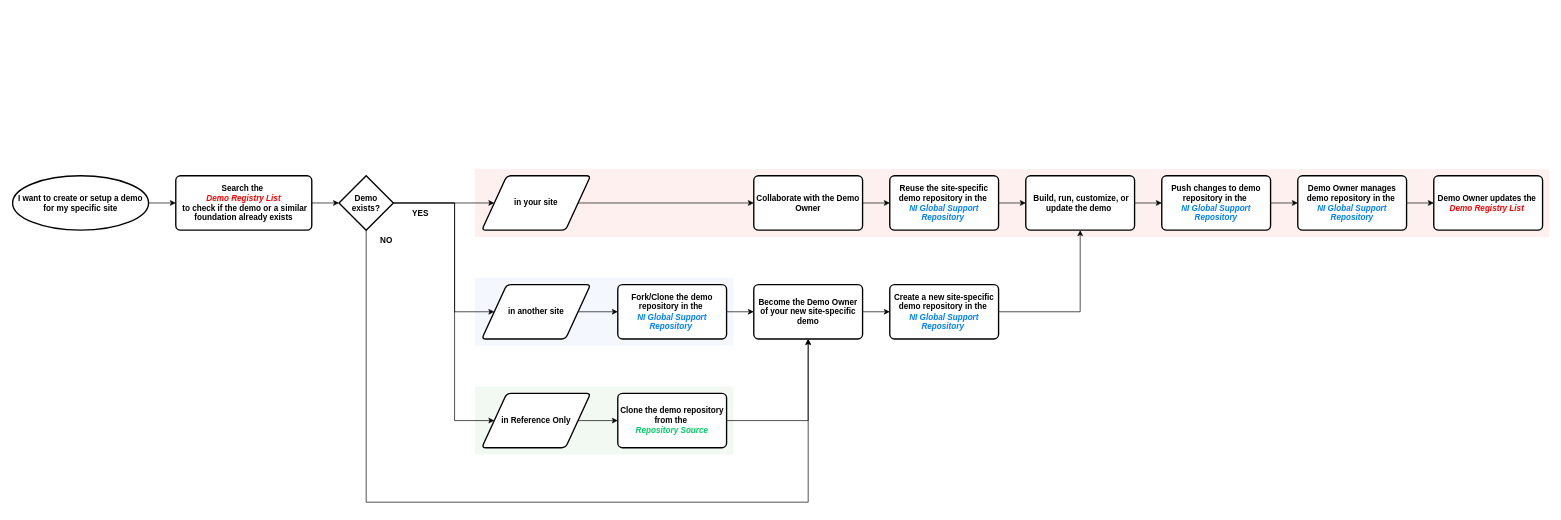
Earlier version of the draw.io diagram demo_standardization_workflow-2.drawio (ktlim-xy/draw-io). Source tidied: cells renumbered, new cells numbered last; positions are measured from the earlier drawing's top-left corner, leaving out a move shared by most shapes. Both pictures are drawn from the tidied source at 68%, with x=0, y=0 at pixel (12, 169).
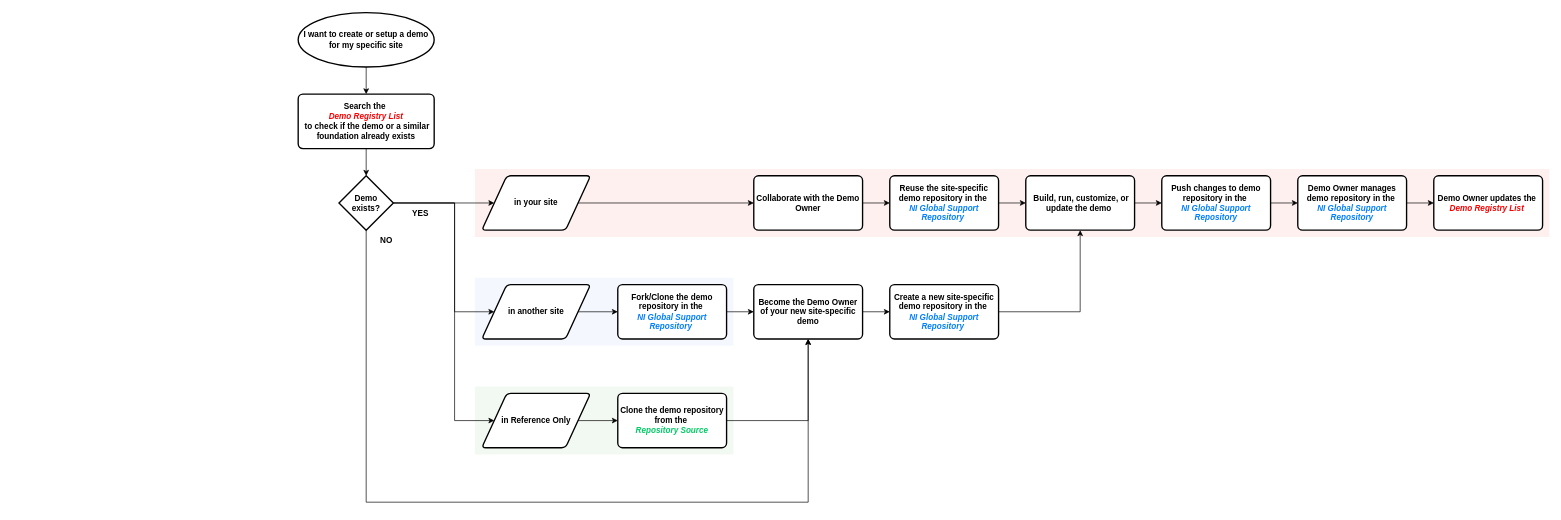
The same diagram, later.

The change refers to these unchanged cells:
```xml
<mxCell id="12" value="&lt;b&gt;Demo exists?&lt;/b&gt;" style="strokeWidth=2;html=1;shape=mxgraph.flowchart.decision;whiteSpace=wrap;" parent="1" vertex="1">
  <mxGeometry x="480" y="10" width="80" height="80" as="geometry" />
</mxCell>
```

The edit, as a diff of the source:
```diff
@@
-    <mxCell id="5" style="edgeStyle=orthogonalEdgeStyle;rounded=0;jettySize=auto;html=1;exitX=1;exitY=0.5;exitDx=0;exitDy=0;exitPerimeter=0;entryX=0;entryY=0.5;entryDx=0;entryDy=0;" parent="1" edge="1" source="6" target="7">
+    <mxCell id="5" style="edgeStyle=orthogonalEdgeStyle;rounded=0;jettySize=auto;html=1;exitX=0.5;exitY=1;exitDx=0;exitDy=0;exitPerimeter=0;entryX=0.5;entryY=0;entryDx=0;entryDy=0;" parent="1" edge="1" source="6" target="7">
       <mxGeometry relative="1" as="geometry" />
     </mxCell>
     <mxCell id="6" value="&lt;b&gt;I want to create or setup a demo for my specific site&lt;/b&gt;" style="strokeWidth=2;html=1;shape=mxgraph.flowchart.start_2;whiteSpace=wrap;fontSize=12;" parent="1" vertex="1">
-      <mxGeometry y="10" width="200" height="80" as="geometry" />
+      <mxGeometry x="420" y="-230" width="200" height="80" as="geometry" />
     </mxCell>
     <mxCell id="7" value="&lt;font&gt;&lt;b&gt;Search the&amp;nbsp;&lt;/b&gt;&lt;/font&gt;&lt;div&gt;&lt;i&gt;&lt;b&gt;&lt;font style=&quot;color: rgb(255, 0, 0);&quot;&gt;Demo Registry List&lt;/font&gt;&lt;/b&gt;&lt;/i&gt;&lt;/div&gt;&lt;div&gt;&lt;font&gt;&lt;b&gt;&amp;nbsp;to check if the demo or a similar foundation already exists&lt;/b&gt;&lt;/font&gt;&lt;/div&gt;" style="rounded=1;whiteSpace=wrap;html=1;absoluteArcSize=1;arcSize=14;strokeWidth=2;" parent="1" vertex="1">
-      <mxGeometry x="240" y="10" width="200" height="80" as="geometry" />
+      <mxGeometry x="420" y="-110" width="200" height="80" as="geometry" />
     </mxCell>
@@
-    <mxCell id="40" style="edgeStyle=orthogonalEdgeStyle;rounded=0;jettySize=auto;html=1;exitX=1;exitY=0.5;exitDx=0;exitDy=0;entryX=0;entryY=0.5;entryDx=0;entryDy=0;entryPerimeter=0;" parent="1" edge="1" source="7" target="12">
+    <mxCell id="40" style="edgeStyle=orthogonalEdgeStyle;rounded=0;jettySize=auto;html=1;exitX=0.5;exitY=1;exitDx=0;exitDy=0;entryX=0.5;entryY=0;entryDx=0;entryDy=0;entryPerimeter=0;" parent="1" edge="1" source="7" target="12">
       <mxGeometry relative="1" as="geometry" />
     </mxCell>
```
